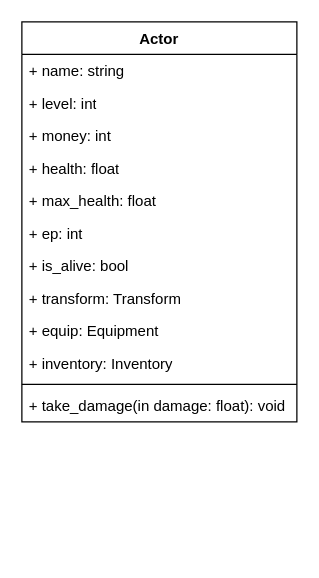
The draw.io diagram page "Диаграмма классов" (4 of 4) of GameRPG.drawio in MrFireDeN/GameRPG, before the edit. Source tidied: cells renumbered, new cells numbered last; positions are measured from the earlier drawing's top-left corner, leaving out a move shared by most shapes. Both pictures are drawn from the tidied source at 125%, with x=0, y=0 at pixel (21, 21).
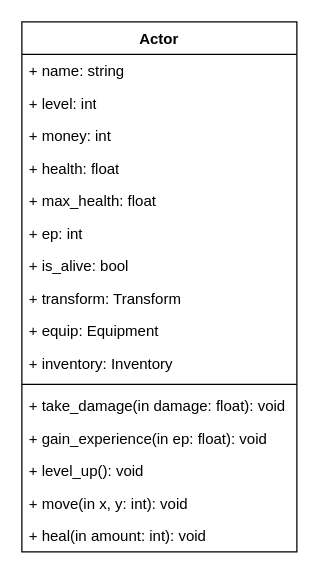
The same diagram, later.

Commit message:
feat: обновление класса Actor

The edit, as a diff of the source:
```diff
@@
 <mxGraphModel>
   <root>
     <mxCell id="0" />
     <mxCell id="1" parent="0" />
     <mxCell id="2" value="Actor" style="swimlane;fontStyle=1;align=center;verticalAlign=top;horizontal=1;startSize=26;whiteSpace=wrap;html=1;" parent="1" vertex="1">
-      <mxGeometry width="220" height="320" as="geometry" />
+      <mxGeometry width="220" height="424" as="geometry" />
     </mxCell>
     <mxCell id="3" value="+ name: string" style="text;strokeColor=none;fillColor=none;align=left;verticalAlign=top;spacingLeft=4;spacingRight=4;overflow=hidden;whiteSpace=wrap;html=1;" parent="2" vertex="1">
       <mxGeometry y="26" width="220" height="26" as="geometry" />
     </mxCell>
     <mxCell id="4" value="+ level: int" style="text;strokeColor=none;fillColor=none;align=left;verticalAlign=top;spacingLeft=4;spacingRight=4;overflow=hidden;whiteSpace=wrap;html=1;" parent="2" vertex="1">
       <mxGeometry y="52" width="220" height="26" as="geometry" />
     </mxCell>
     <mxCell id="5" value="+ money: int" style="text;strokeColor=none;fillColor=none;align=left;verticalAlign=top;spacingLeft=4;spacingRight=4;overflow=hidden;whiteSpace=wrap;html=1;" parent="2" vertex="1">
       <mxGeometry y="78" width="220" height="26" as="geometry" />
     </mxCell>
     <mxCell id="6" value="+ health: float" style="text;strokeColor=none;fillColor=none;align=left;verticalAlign=top;spacingLeft=4;spacingRight=4;overflow=hidden;whiteSpace=wrap;html=1;" parent="2" vertex="1">
       <mxGeometry y="104" width="220" height="26" as="geometry" />
     </mxCell>
     <mxCell id="7" value="+ max_health: float" style="text;strokeColor=none;fillColor=none;align=left;verticalAlign=top;spacingLeft=4;spacingRight=4;overflow=hidden;whiteSpace=wrap;html=1;" parent="2" vertex="1">
       <mxGeometry y="130" width="220" height="26" as="geometry" />
     </mxCell>
     <mxCell id="8" value="+ ep: int" style="text;strokeColor=none;fillColor=none;align=left;verticalAlign=top;spacingLeft=4;spacingRight=4;overflow=hidden;whiteSpace=wrap;html=1;" parent="2" vertex="1">
       <mxGeometry y="156" width="220" height="26" as="geometry" />
     </mxCell>
     <mxCell id="9" value="+ is_alive: bool" style="text;strokeColor=none;fillColor=none;align=left;verticalAlign=top;spacingLeft=4;spacingRight=4;overflow=hidden;whiteSpace=wrap;html=1;" parent="2" vertex="1">
       <mxGeometry y="182" width="220" height="26" as="geometry" />
     </mxCell>
     <mxCell id="10" value="+ transform: Transform" style="text;strokeColor=none;fillColor=none;align=left;verticalAlign=top;spacingLeft=4;spacingRight=4;overflow=hidden;whiteSpace=wrap;html=1;" parent="2" vertex="1">
       <mxGeometry y="208" width="220" height="26" as="geometry" />
     </mxCell>
     <mxCell id="11" value="+ equip:&amp;nbsp;Equipment" style="text;strokeColor=none;fillColor=none;align=left;verticalAlign=top;spacingLeft=4;spacingRight=4;overflow=hidden;whiteSpace=wrap;html=1;" parent="2" vertex="1">
       <mxGeometry y="234" width="220" height="26" as="geometry" />
     </mxCell>
     <mxCell id="12" value="+ inventory:&amp;nbsp;Inventory" style="text;strokeColor=none;fillColor=none;align=left;verticalAlign=top;spacingLeft=4;spacingRight=4;overflow=hidden;whiteSpace=wrap;html=1;" parent="2" vertex="1">
       <mxGeometry y="260" width="220" height="26" as="geometry" />
     </mxCell>
     <mxCell id="13" style="line;strokeWidth=1;fillColor=none;align=left;verticalAlign=middle;spacingTop=-1;spacingLeft=3;spacingRight=3;labelPosition=right;strokeColor=inherit;" parent="2" vertex="1">
       <mxGeometry y="286" width="220" height="8" as="geometry" />
     </mxCell>
     <mxCell id="14" value="+ take_damage(in damage: float): void" style="text;strokeColor=none;fillColor=none;align=left;verticalAlign=top;spacingLeft=4;spacingRight=4;overflow=hidden;whiteSpace=wrap;html=1;" parent="2" vertex="1">
       <mxGeometry y="294" width="220" height="26" as="geometry" />
     </mxCell>
+    <mxCell id="15" value="+&amp;nbsp;gain_experience&lt;span style=&quot;background-color: initial;&quot;&gt;(in ep: float): void&lt;/span&gt;" style="text;strokeColor=none;fillColor=none;align=left;verticalAlign=top;spacingLeft=4;spacingRight=4;overflow=hidden;whiteSpace=wrap;html=1;" parent="2" vertex="1">
+      <mxGeometry y="320" width="220" height="26" as="geometry" />
+    </mxCell>
+    <mxCell id="16" value="+ level_up&lt;span style=&quot;background-color: initial;&quot;&gt;(): void&lt;/span&gt;" style="text;strokeColor=none;fillColor=none;align=left;verticalAlign=top;spacingLeft=4;spacingRight=4;overflow=hidden;whiteSpace=wrap;html=1;" parent="2" vertex="1">
+      <mxGeometry y="346" width="220" height="26" as="geometry" />
+    </mxCell>
+    <mxCell id="17" value="+ move&lt;span style=&quot;background-color: initial;&quot;&gt;(in x, y: int): void&lt;/span&gt;" style="text;strokeColor=none;fillColor=none;align=left;verticalAlign=top;spacingLeft=4;spacingRight=4;overflow=hidden;whiteSpace=wrap;html=1;" parent="2" vertex="1">
+      <mxGeometry y="372" width="220" height="26" as="geometry" />
+    </mxCell>
+    <mxCell id="18" value="+ heal&lt;span style=&quot;background-color: initial;&quot;&gt;(in amount: int): void&lt;/span&gt;" style="text;strokeColor=none;fillColor=none;align=left;verticalAlign=top;spacingLeft=4;spacingRight=4;overflow=hidden;whiteSpace=wrap;html=1;" parent="2" vertex="1">
+      <mxGeometry y="398" width="220" height="26" as="geometry" />
+    </mxCell>
   </root>
 </mxGraphModel>
```
